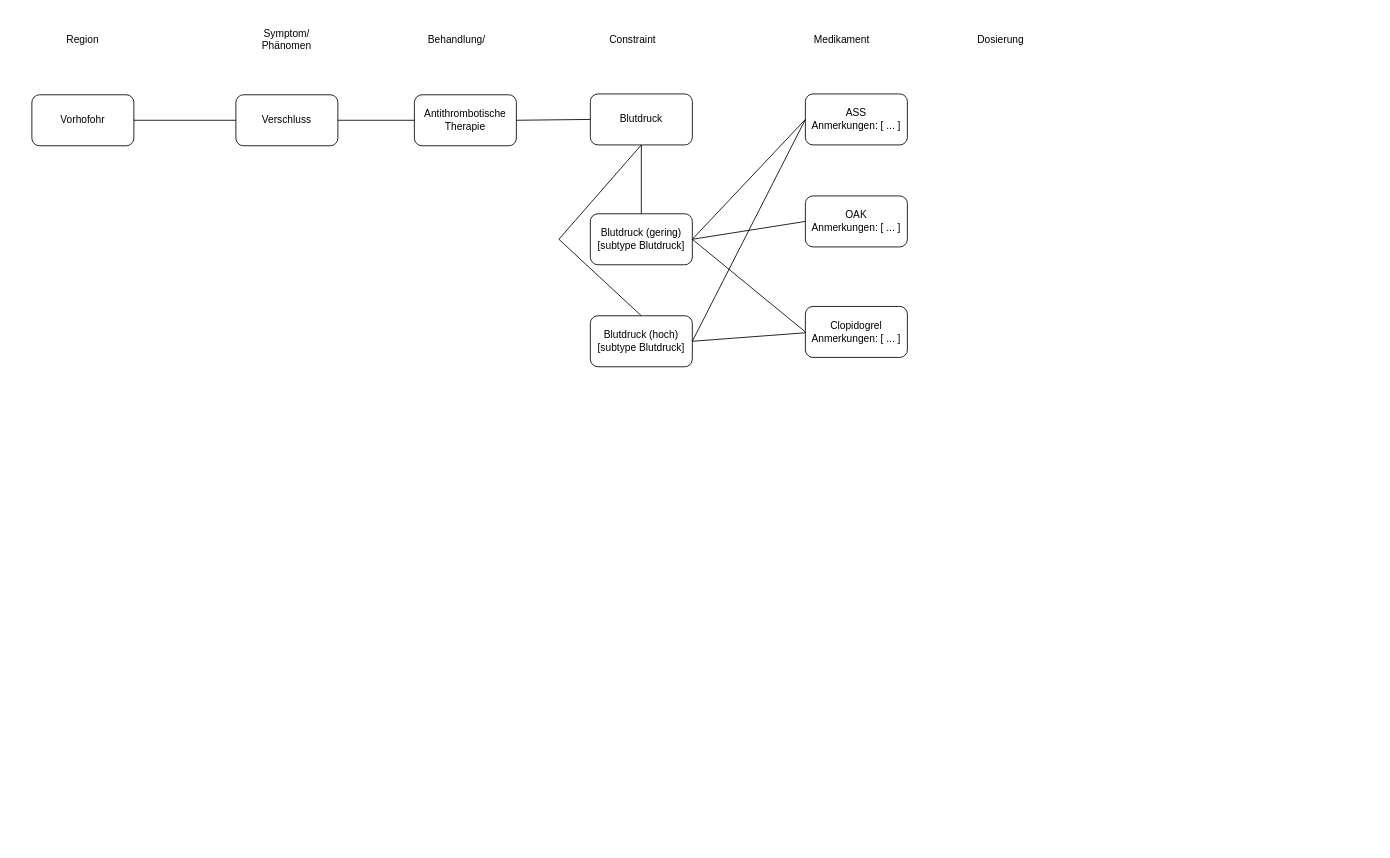
This is Tabelle.drawio from phiwi/phiwi.github.io, a draw.io file, before an edit. Source tidied: cells renumbered, new cells numbered last; positions are measured from the earlier drawing's top-left corner, leaving out a move shared by most shapes. Both pictures are drawn from the tidied source at 85%, with x=0, y=0 at pixel (31, 26).
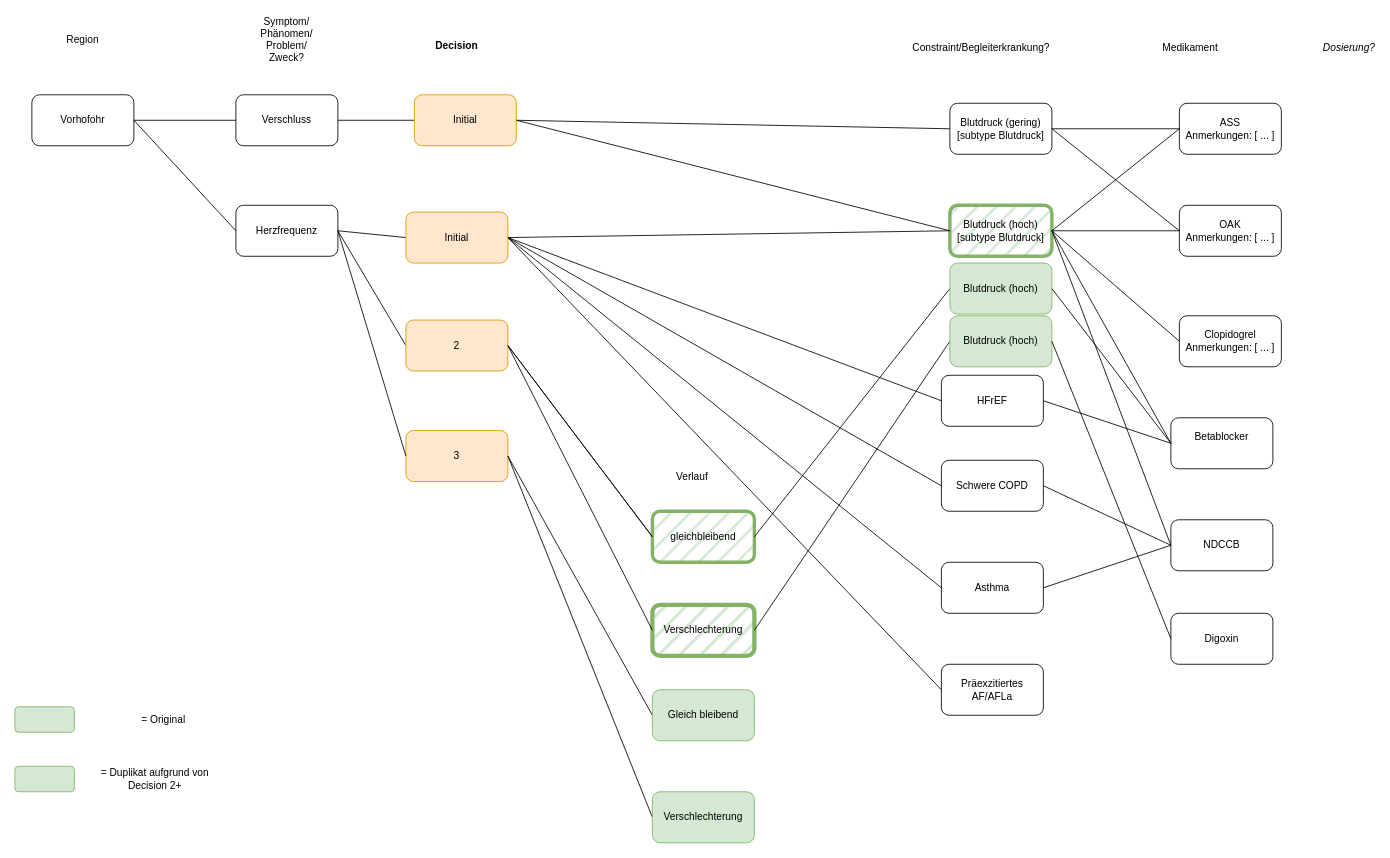
Above is the later version.

Unchanged cells that the change refers to:
```xml
<mxCell id="3" value="Vorhofohr" style="rounded=1;whiteSpace=wrap;html=1;" parent="1" vertex="1">
  <mxGeometry y="80" width="120" height="60" as="geometry" />
</mxCell>
```

Diff of the diagram source:
```diff
@@
-    <mxCell id="2" value="&lt;div&gt;Symptom/&lt;/div&gt;&lt;div&gt;Phänomen&lt;br&gt;&lt;/div&gt;" style="text;html=1;align=center;verticalAlign=middle;whiteSpace=wrap;rounded=0;" parent="1" vertex="1">
+    <mxCell id="2" value="&lt;div&gt;Symptom/&lt;/div&gt;&lt;div&gt;Phänomen/&lt;br&gt;Problem/&lt;br&gt;Zweck?&lt;br&gt;&lt;/div&gt;" style="text;html=1;align=center;verticalAlign=middle;whiteSpace=wrap;rounded=0;" parent="1" vertex="1">
       <mxGeometry x="270" width="60" height="30" as="geometry" />
     </mxCell>
@@
-    <mxCell id="6" value="&lt;div&gt;Behandlung/&lt;br&gt;&lt;/div&gt;" style="text;html=1;align=center;verticalAlign=middle;whiteSpace=wrap;rounded=0;" parent="1" vertex="1">
-      <mxGeometry x="470" width="60" height="30" as="geometry" />
-    </mxCell>
-    <mxCell id="7" value="&lt;div&gt;Antithrombotische&lt;/div&gt;&lt;div&gt;Therapie&lt;br&gt;&lt;/div&gt;" style="rounded=1;whiteSpace=wrap;html=1;" parent="1" vertex="1">
-      <mxGeometry x="450" y="80" width="120" height="60" as="geometry" />
-    </mxCell>
     <mxCell id="8" value="&lt;div&gt;ASS&lt;/div&gt;&lt;div&gt;Anmerkungen: [ ... ]&lt;/div&gt;" style="rounded=1;whiteSpace=wrap;html=1;" parent="1" vertex="1">
-      <mxGeometry x="910" y="79" width="120" height="60" as="geometry" />
+      <mxGeometry x="1350" y="90" width="120" height="60" as="geometry" />
     </mxCell>
     <mxCell id="9" value="&lt;div&gt;OAK&lt;/div&gt;&lt;div&gt;Anmerkungen: [ ... ]&lt;/div&gt;" style="rounded=1;whiteSpace=wrap;html=1;" parent="1" vertex="1">
-      <mxGeometry x="910" y="199" width="120" height="60" as="geometry" />
+      <mxGeometry x="1350" y="210" width="120" height="60" as="geometry" />
     </mxCell>
     <mxCell id="10" value="&lt;div&gt;Clopidogrel&lt;/div&gt;&lt;div&gt;Anmerkungen: [ ... ]&lt;br&gt;&lt;/div&gt;" style="rounded=1;whiteSpace=wrap;html=1;" parent="1" vertex="1">
-      <mxGeometry x="910" y="329" width="120" height="60" as="geometry" />
+      <mxGeometry x="1350" y="340" width="120" height="60" as="geometry" />
     </mxCell>
     <mxCell id="11" value="Medikament" style="text;html=1;align=center;verticalAlign=middle;whiteSpace=wrap;rounded=0;" parent="1" vertex="1">
-      <mxGeometry x="923" width="60" height="30" as="geometry" />
+      <mxGeometry x="1333" y="10" width="60" height="30" as="geometry" />
     </mxCell>
     <mxCell id="12" value="&lt;div&gt;Blutdruck (gering)&lt;/div&gt;&lt;div&gt;[subtype Blutdruck]&lt;br&gt;&lt;/div&gt;" style="rounded=1;whiteSpace=wrap;html=1;" parent="1" vertex="1">
-      <mxGeometry x="657" y="220" width="120" height="60" as="geometry" />
+      <mxGeometry x="1080" y="90" width="120" height="60" as="geometry" />
     </mxCell>
-    <mxCell id="13" value="&lt;div&gt;Blutdruck (hoch)&lt;/div&gt;&lt;div&gt;[subtype Blutdruck]&lt;/div&gt;" style="rounded=1;whiteSpace=wrap;html=1;" parent="1" vertex="1">
-      <mxGeometry x="657" y="340" width="120" height="60" as="geometry" />
+    <mxCell id="13" value="&lt;div&gt;Blutdruck (hoch)&lt;/div&gt;&lt;div&gt;[subtype Blutdruck]&lt;/div&gt;" style="rounded=1;whiteSpace=wrap;html=1;fillColor=#d5e8d4;strokeColor=#82b366;fillStyle=hatch;strokeWidth=4;" parent="1" vertex="1">
+      <mxGeometry x="1080" y="210" width="120" height="60" as="geometry" />
     </mxCell>
-    <mxCell id="14" value="Constraint" style="text;html=1;align=center;verticalAlign=middle;whiteSpace=wrap;rounded=0;" parent="1" vertex="1">
-      <mxGeometry x="677" width="60" height="30" as="geometry" />
+    <mxCell id="14" value="Constraint/Begleiterkrankung?" style="text;html=1;align=center;verticalAlign=middle;whiteSpace=wrap;rounded=0;" parent="1" vertex="1">
+      <mxGeometry x="1087" y="10" width="60" height="30" as="geometry" />
     </mxCell>
@@
-    <mxCell id="16" style="endArrow=none;html=1;rounded=0;" parent="1" edge="1">
+    <mxCell id="16" style="endArrow=none;html=1;rounded=0;entryX=0;entryY=0.5;entryDx=0;entryDy=0;" parent="1" edge="1" target="47">
       <mxGeometry relative="1" as="geometry">
         <mxPoint x="360" y="110" as="sourcePoint" />
-        <mxPoint x="450" y="110" as="targetPoint" />
       </mxGeometry>
     </mxCell>
-    <mxCell id="17" style="endArrow=none;html=1;rounded=0;exitX=1;exitY=0.5;exitDx=0;exitDy=0;entryX=0;entryY=0.5;entryDx=0;entryDy=0;" parent="1" edge="1" source="7" target="24">
-      <mxGeometry relative="1" as="geometry" />
-    </mxCell>
@@
-    <mxCell id="19" style="endArrow=none;html=1;rounded=0;entryX=0.5;entryY=0;entryDx=0;entryDy=0;exitX=0.5;exitY=1;exitDx=0;exitDy=0;" parent="1" edge="1" source="24" target="13">
-      <mxGeometry relative="1" as="geometry">
-        <Array as="points">
-          <mxPoint x="620" y="250" />
-        </Array>
-      </mxGeometry>
-    </mxCell>
@@
     <mxCell id="22" style="endArrow=none;html=1;rounded=0;entryX=0;entryY=0.5;entryDx=0;entryDy=0;" parent="1" edge="1" target="10">
       <mxGeometry relative="1" as="geometry">
-        <mxPoint x="777" y="250" as="sourcePoint" />
+        <mxPoint x="1200" y="240" as="sourcePoint" />
       </mxGeometry>
     </mxCell>
-    <mxCell id="23" style="endArrow=none;html=1;rounded=0;exitX=1;exitY=0.5;exitDx=0;exitDy=0;" parent="1" edge="1" source="13">
-      <mxGeometry relative="1" as="geometry">
-        <mxPoint x="910" y="360" as="targetPoint" />
-      </mxGeometry>
+    <mxCell id="23" style="endArrow=none;html=1;rounded=0;exitX=1;exitY=0.5;exitDx=0;exitDy=0;entryX=0;entryY=0.5;entryDx=0;entryDy=0;" parent="1" edge="1" source="13" target="9">
+      <mxGeometry relative="1" as="geometry" />
     </mxCell>
-    <mxCell id="24" value="&lt;div&gt;Blutdruck&lt;br&gt;&lt;/div&gt;" style="rounded=1;whiteSpace=wrap;html=1;" parent="1" vertex="1">
-      <mxGeometry x="657" y="79" width="120" height="60" as="geometry" />
-    </mxCell>
-    <mxCell id="25" style="endArrow=none;html=1;rounded=0;entryX=0.5;entryY=1;entryDx=0;entryDy=0;exitX=0.5;exitY=0;exitDx=0;exitDy=0;" parent="1" edge="1" source="12" target="24">
-      <mxGeometry relative="1" as="geometry" />
-    </mxCell>
-    <mxCell id="26" value="Dosierung" style="text;html=1;align=center;verticalAlign=middle;whiteSpace=wrap;rounded=0;" parent="1" vertex="1">
-      <mxGeometry x="1110" width="60" height="30" as="geometry" />
+    <mxCell id="26" value="Dosierung?" style="text;html=1;align=center;verticalAlign=middle;whiteSpace=wrap;rounded=0;fontStyle=2;" parent="1" vertex="1">
+      <mxGeometry x="1520" y="10" width="60" height="30" as="geometry" />
     </mxCell>
+    <mxCell id="27" style="endArrow=none;html=1;rounded=0;exitX=1;exitY=0.5;exitDx=0;exitDy=0;entryX=0;entryY=0.5;entryDx=0;entryDy=0;" parent="1" edge="1" source="47" target="12">
+      <mxGeometry relative="1" as="geometry" />
+    </mxCell>
+    <mxCell id="28" value="HFrEF" style="rounded=1;whiteSpace=wrap;html=1;" parent="1" vertex="1">
+      <mxGeometry x="1070" y="410" width="120" height="60" as="geometry" />
+    </mxCell>
+    <mxCell id="29" value="Schwere COPD" style="rounded=1;whiteSpace=wrap;html=1;" parent="1" vertex="1">
+      <mxGeometry x="1070" y="510" width="120" height="60" as="geometry" />
+    </mxCell>
+    <mxCell id="30" value="Asthma" style="rounded=1;whiteSpace=wrap;html=1;" parent="1" vertex="1">
+      <mxGeometry x="1070" y="630" width="120" height="60" as="geometry" />
+    </mxCell>
+    <mxCell id="31" value="&lt;div&gt;Präexzitiertes&lt;/div&gt;&lt;div&gt;AF/AFLa&lt;/div&gt;" style="rounded=1;whiteSpace=wrap;html=1;" parent="1" vertex="1">
+      <mxGeometry x="1070" y="750" width="120" height="60" as="geometry" />
+    </mxCell>
+    <mxCell id="32" style="endArrow=none;html=1;rounded=0;entryX=0;entryY=0.5;entryDx=0;entryDy=0;exitX=1;exitY=0.5;exitDx=0;exitDy=0;" parent="1" edge="1" source="73" target="28">
+      <mxGeometry relative="1" as="geometry" />
+    </mxCell>
+    <mxCell id="33" style="endArrow=none;html=1;rounded=0;entryX=0;entryY=0.5;entryDx=0;entryDy=0;exitX=1;exitY=0.5;exitDx=0;exitDy=0;" parent="1" edge="1" source="73" target="29">
+      <mxGeometry relative="1" as="geometry" />
+    </mxCell>
+    <mxCell id="34" style="endArrow=none;html=1;rounded=0;entryX=0;entryY=0.5;entryDx=0;entryDy=0;exitX=1;exitY=0.5;exitDx=0;exitDy=0;" parent="1" edge="1" source="73" target="30">
+      <mxGeometry relative="1" as="geometry" />
+    </mxCell>
+    <mxCell id="35" style="endArrow=none;html=1;rounded=0;entryX=0;entryY=0.5;entryDx=0;entryDy=0;exitX=1;exitY=0.5;exitDx=0;exitDy=0;" parent="1" edge="1" source="73" target="31">
+      <mxGeometry relative="1" as="geometry" />
+    </mxCell>
+    <mxCell id="36" value="Herzfrequenz" style="rounded=1;whiteSpace=wrap;html=1;" parent="1" vertex="1">
+      <mxGeometry x="240" y="210" width="120" height="60" as="geometry" />
+    </mxCell>
+    <mxCell id="37" value="&lt;div&gt;Betablocker&lt;/div&gt;&lt;div&gt;&lt;br&gt;&lt;/div&gt;" style="rounded=1;whiteSpace=wrap;html=1;" parent="1" vertex="1">
+      <mxGeometry x="1340" y="460" width="120" height="60" as="geometry" />
+    </mxCell>
+    <mxCell id="38" value="NDCCB" style="rounded=1;whiteSpace=wrap;html=1;" parent="1" vertex="1">
+      <mxGeometry x="1340" y="580" width="120" height="60" as="geometry" />
+    </mxCell>
+    <mxCell id="39" style="endArrow=none;html=1;rounded=0;entryX=0;entryY=0.5;entryDx=0;entryDy=0;exitX=1;exitY=0.5;exitDx=0;exitDy=0;" parent="1" edge="1" source="13" target="37">
+      <mxGeometry relative="1" as="geometry" />
+    </mxCell>
+    <mxCell id="40" style="endArrow=none;html=1;rounded=0;entryX=0;entryY=0.5;entryDx=0;entryDy=0;exitX=1;exitY=0.5;exitDx=0;exitDy=0;" parent="1" edge="1" source="13" target="38">
+      <mxGeometry relative="1" as="geometry" />
+    </mxCell>
+    <mxCell id="41" style="endArrow=none;html=1;rounded=0;exitX=1;exitY=0.5;exitDx=0;exitDy=0;entryX=0;entryY=0.5;entryDx=0;entryDy=0;" parent="1" edge="1" source="28" target="37">
+      <mxGeometry relative="1" as="geometry" />
+    </mxCell>
+    <mxCell id="42" style="endArrow=none;html=1;rounded=0;exitX=1;exitY=0.5;exitDx=0;exitDy=0;entryX=0;entryY=0.5;entryDx=0;entryDy=0;" parent="1" edge="1" source="29" target="38">
+      <mxGeometry relative="1" as="geometry" />
+    </mxCell>
+    <mxCell id="43" style="endArrow=none;html=1;rounded=0;exitX=1;exitY=0.5;exitDx=0;exitDy=0;entryX=0;entryY=0.5;entryDx=0;entryDy=0;" parent="1" edge="1" source="30" target="38">
+      <mxGeometry relative="1" as="geometry" />
+    </mxCell>
+    <mxCell id="44" value="gleichbleibend" style="rounded=1;whiteSpace=wrap;html=1;fillColor=#d5e8d4;fillStyle=hatch;strokeColor=#82b366;strokeWidth=4;" parent="1" vertex="1">
+      <mxGeometry x="730" y="570" width="120" height="60" as="geometry" />
+    </mxCell>
+    <mxCell id="45" value="Verschlechterung" style="rounded=1;whiteSpace=wrap;html=1;fillColor=#d5e8d4;strokeColor=#82b366;fillStyle=hatch;strokeWidth=5;" parent="1" vertex="1">
+      <mxGeometry x="730" y="680" width="120" height="60" as="geometry" />
+    </mxCell>
+    <mxCell id="46" style="endArrow=none;html=1;rounded=0;exitX=0;exitY=0.5;exitDx=0;exitDy=0;entryX=1;entryY=0.5;entryDx=0;entryDy=0;" parent="1" edge="1" source="52" target="44">
+      <mxGeometry relative="1" as="geometry" />
+    </mxCell>
+    <mxCell id="47" value="Initial" style="rounded=1;whiteSpace=wrap;html=1;fillColor=#ffe6cc;strokeColor=#d79b00;" parent="1" vertex="1">
+      <mxGeometry x="450" y="80" width="120" height="60" as="geometry" />
+    </mxCell>
+    <mxCell id="48" style="endArrow=none;html=1;rounded=0;exitX=1;exitY=0.5;exitDx=0;exitDy=0;entryX=0;entryY=0.5;entryDx=0;entryDy=0;" parent="1" edge="1" source="36" target="73">
+      <mxGeometry relative="1" as="geometry" />
+    </mxCell>
+    <mxCell id="49" style="endArrow=none;html=1;rounded=0;exitX=1;exitY=0.5;exitDx=0;exitDy=0;entryX=0;entryY=0.5;entryDx=0;entryDy=0;" parent="1" edge="1" source="61" target="44">
+      <mxGeometry relative="1" as="geometry" />
+    </mxCell>
+    <mxCell id="50" style="endArrow=none;html=1;rounded=0;exitX=1;exitY=0.5;exitDx=0;exitDy=0;entryX=0;entryY=0.5;entryDx=0;entryDy=0;" parent="1" edge="1" source="36" target="61">
+      <mxGeometry relative="1" as="geometry" />
+    </mxCell>
+    <mxCell id="51" style="endArrow=none;html=1;rounded=0;exitX=1;exitY=0.5;exitDx=0;exitDy=0;entryX=0;entryY=0.5;entryDx=0;entryDy=0;" parent="1" edge="1" source="45" target="58">
+      <mxGeometry relative="1" as="geometry" />
+    </mxCell>
+    <mxCell id="52" value="&lt;div&gt;Blutdruck (hoch)&lt;br&gt;&lt;/div&gt;" style="rounded=1;whiteSpace=wrap;html=1;fillColor=#d5e8d4;strokeColor=#82b366;" parent="1" vertex="1">
+      <mxGeometry x="1080" y="278" width="120" height="60" as="geometry" />
+    </mxCell>
+    <mxCell id="53" style="rounded=1;whiteSpace=wrap;html=1;fillColor=#d5e8d4;strokeColor=#82b366;" parent="1" vertex="1">
+      <mxGeometry x="-20" y="870" width="70" height="30" as="geometry" />
+    </mxCell>
+    <mxCell id="54" value="= Duplikat aufgrund von Decision 2+ " style="text;html=1;align=center;verticalAlign=middle;whiteSpace=wrap;rounded=0;" parent="1" vertex="1">
+      <mxGeometry x="70" y="870" width="150" height="30" as="geometry" />
+    </mxCell>
+    <mxCell id="55" value="Digoxin" style="rounded=1;whiteSpace=wrap;html=1;" parent="1" vertex="1">
+      <mxGeometry x="1340" y="690" width="120" height="60" as="geometry" />
+    </mxCell>
+    <mxCell id="56" style="endArrow=none;html=1;rounded=0;exitX=1;exitY=0.5;exitDx=0;exitDy=0;entryX=0;entryY=0.5;entryDx=0;entryDy=0;" parent="1" edge="1" source="52" target="37">
+      <mxGeometry relative="1" as="geometry" />
+    </mxCell>
+    <mxCell id="57" value="&lt;div&gt;&amp;nbsp;&lt;br&gt;&lt;/div&gt;&lt;div&gt;Decision&lt;/div&gt;" style="text;html=1;align=center;verticalAlign=middle;whiteSpace=wrap;rounded=0;fontStyle=1;" parent="1" vertex="1">
+      <mxGeometry x="470" width="60" height="30" as="geometry" />
+    </mxCell>
+    <mxCell id="58" value="&lt;div&gt;Blutdruck (hoch)&lt;br&gt;&lt;/div&gt;" style="rounded=1;whiteSpace=wrap;html=1;fillColor=#d5e8d4;strokeColor=#82b366;" parent="1" vertex="1">
+      <mxGeometry x="1080" y="340" width="120" height="60" as="geometry" />
+    </mxCell>
+    <mxCell id="59" style="endArrow=none;html=1;rounded=0;exitX=1;exitY=0.5;exitDx=0;exitDy=0;entryX=0;entryY=0.5;entryDx=0;entryDy=0;" parent="1" edge="1" source="58" target="55">
+      <mxGeometry relative="1" as="geometry" />
+    </mxCell>
+    <mxCell id="60" value="&lt;div&gt;Verlauf&lt;/div&gt;" style="text;html=1;align=center;verticalAlign=middle;whiteSpace=wrap;rounded=0;" parent="1" vertex="1">
+      <mxGeometry x="747" y="515" width="60" height="30" as="geometry" />
+    </mxCell>
+    <mxCell id="61" value="2" style="rounded=1;whiteSpace=wrap;html=1;fillColor=#ffe6cc;strokeColor=#d79b00;" parent="1" vertex="1">
+      <mxGeometry x="440" y="345" width="120" height="60" as="geometry" />
+    </mxCell>
+    <mxCell id="62" style="endArrow=none;html=1;rounded=0;exitX=1;exitY=0.5;exitDx=0;exitDy=0;entryX=0;entryY=0.5;entryDx=0;entryDy=0;" parent="1" edge="1" source="61" target="44">
+      <mxGeometry relative="1" as="geometry" />
+    </mxCell>
+    <mxCell id="63" value="3" style="rounded=1;whiteSpace=wrap;html=1;fillColor=#ffe6cc;strokeColor=#d79b00;" parent="1" vertex="1">
+      <mxGeometry x="440" y="475" width="120" height="60" as="geometry" />
+    </mxCell>
+    <mxCell id="64" style="endArrow=none;html=1;rounded=0;exitX=1;exitY=0.5;exitDx=0;exitDy=0;entryX=0;entryY=0.5;entryDx=0;entryDy=0;" parent="1" edge="1" source="63" target="67">
+      <mxGeometry relative="1" as="geometry" />
+    </mxCell>
+    <mxCell id="65" style="endArrow=none;html=1;rounded=0;exitX=1;exitY=0.5;exitDx=0;exitDy=0;entryX=0;entryY=0.5;entryDx=0;entryDy=0;" parent="1" edge="1" source="63" target="68">
+      <mxGeometry relative="1" as="geometry" />
+    </mxCell>
+    <mxCell id="66" style="endArrow=none;html=1;rounded=0;exitX=1;exitY=0.5;exitDx=0;exitDy=0;entryX=0;entryY=0.5;entryDx=0;entryDy=0;" parent="1" edge="1" source="36" target="63">
+      <mxGeometry relative="1" as="geometry" />
+    </mxCell>
+    <mxCell id="67" value="Gleich bleibend" style="rounded=1;whiteSpace=wrap;html=1;fillColor=#d5e8d4;strokeColor=#82b366;" parent="1" vertex="1">
+      <mxGeometry x="730" y="780" width="120" height="60" as="geometry" />
+    </mxCell>
+    <mxCell id="68" value="Verschlechterung" style="rounded=1;whiteSpace=wrap;html=1;fillColor=#d5e8d4;strokeColor=#82b366;" parent="1" vertex="1">
+      <mxGeometry x="730" y="900" width="120" height="60" as="geometry" />
+    </mxCell>
+    <mxCell id="69" style="endArrow=none;html=1;rounded=0;entryX=0;entryY=0.5;entryDx=0;entryDy=0;exitX=1;exitY=0.5;exitDx=0;exitDy=0;" parent="1" edge="1" source="61" target="45">
+      <mxGeometry relative="1" as="geometry" />
+    </mxCell>
+    <mxCell id="70" style="rounded=1;whiteSpace=wrap;html=1;fillColor=#d5e8d4;strokeColor=#82b366;" parent="1" vertex="1">
+      <mxGeometry x="-20" y="800" width="70" height="30" as="geometry" />
+    </mxCell>
+    <mxCell id="71" style="endArrow=none;html=1;rounded=0;exitX=1;exitY=0.5;exitDx=0;exitDy=0;entryX=0;entryY=0.5;entryDx=0;entryDy=0;" parent="1" edge="1" source="3" target="36">
+      <mxGeometry relative="1" as="geometry" />
+    </mxCell>
+    <mxCell id="72" style="endArrow=none;html=1;rounded=0;exitX=1;exitY=0.5;exitDx=0;exitDy=0;entryX=0;entryY=0.5;entryDx=0;entryDy=0;" parent="1" edge="1" source="47" target="13">
+      <mxGeometry relative="1" as="geometry" />
+    </mxCell>
+    <mxCell id="73" value="Initial" style="rounded=1;whiteSpace=wrap;html=1;fillColor=#ffe6cc;strokeColor=#d79b00;" parent="1" vertex="1">
+      <mxGeometry x="440" y="218" width="120" height="60" as="geometry" />
+    </mxCell>
+    <mxCell id="74" style="endArrow=none;html=1;rounded=0;entryX=0;entryY=0.5;entryDx=0;entryDy=0;exitX=1;exitY=0.5;exitDx=0;exitDy=0;" parent="1" edge="1" source="73" target="13">
+      <mxGeometry relative="1" as="geometry" />
+    </mxCell>
+    <mxCell id="75" value="= Original" style="text;html=1;align=center;verticalAlign=middle;whiteSpace=wrap;rounded=0;" parent="1" vertex="1">
+      <mxGeometry x="80" y="800" width="150" height="30" as="geometry" />
+    </mxCell>
```
